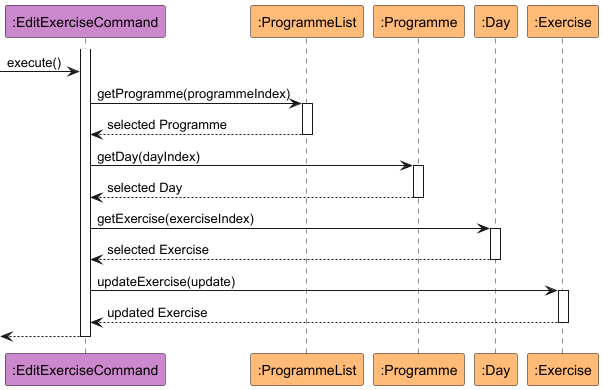
Above: docs/images/editExerciseCommand.png in nus-cs2113-AY2425S1/tp (PlantUML), before the change.
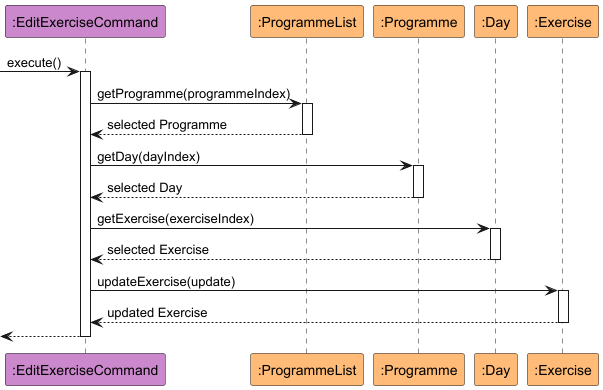
Above is the later version.

Diff of the diagram source:
```diff
@@ -6,8 +6,9 @@
 participant ":Exercise" as Exercise #ffbb77
 
 
+
+-> AddExerciseCommand : execute()
 activate AddExerciseCommand
--> AddExerciseCommand : execute()
 
 AddExerciseCommand -> ProgrammeList : getProgramme(programmeIndex)
 activate ProgrammeList
```
